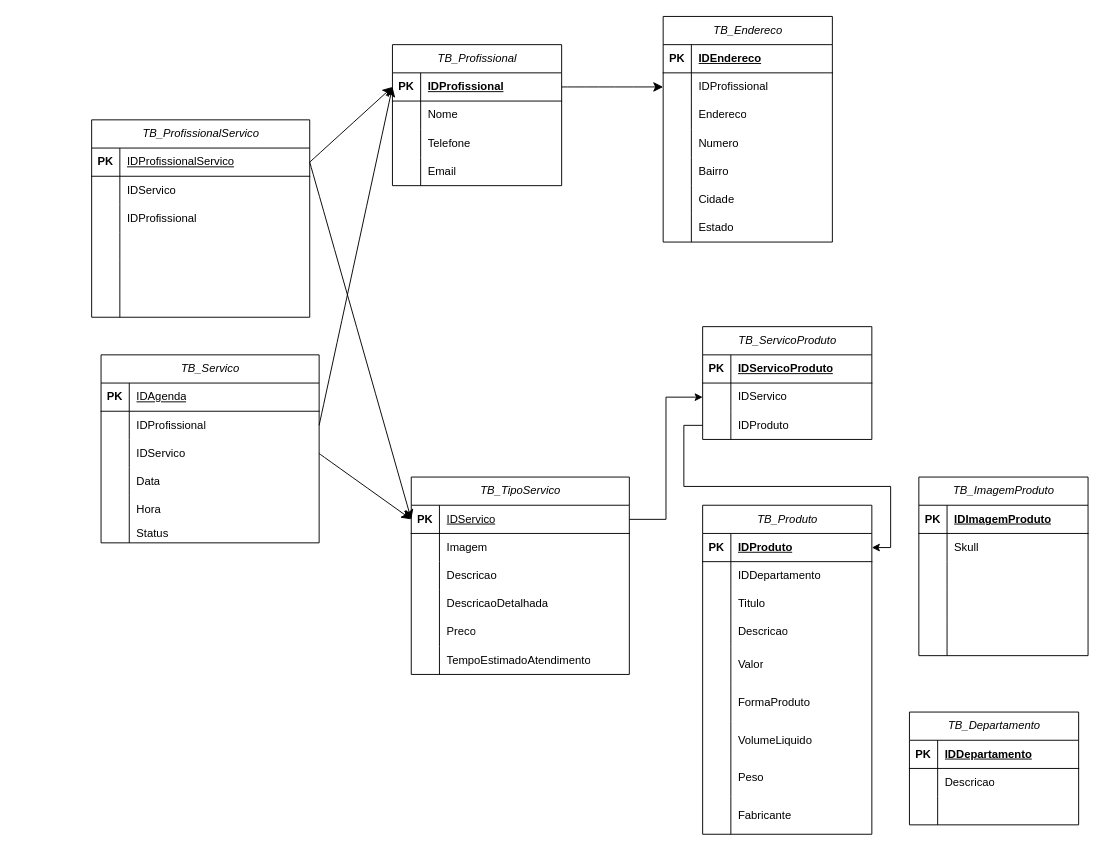
Before: Diagrama_App_Sobrancelha.drawio in mpgwave/app-sobrancelhas, a draw.io diagram. Source tidied: cells renumbered, new cells numbered last; positions are measured from the earlier drawing's top-left corner, leaving out a move shared by most shapes. Both pictures are drawn from the tidied source at 94%, with x=0, y=0 at pixel (91, 16).
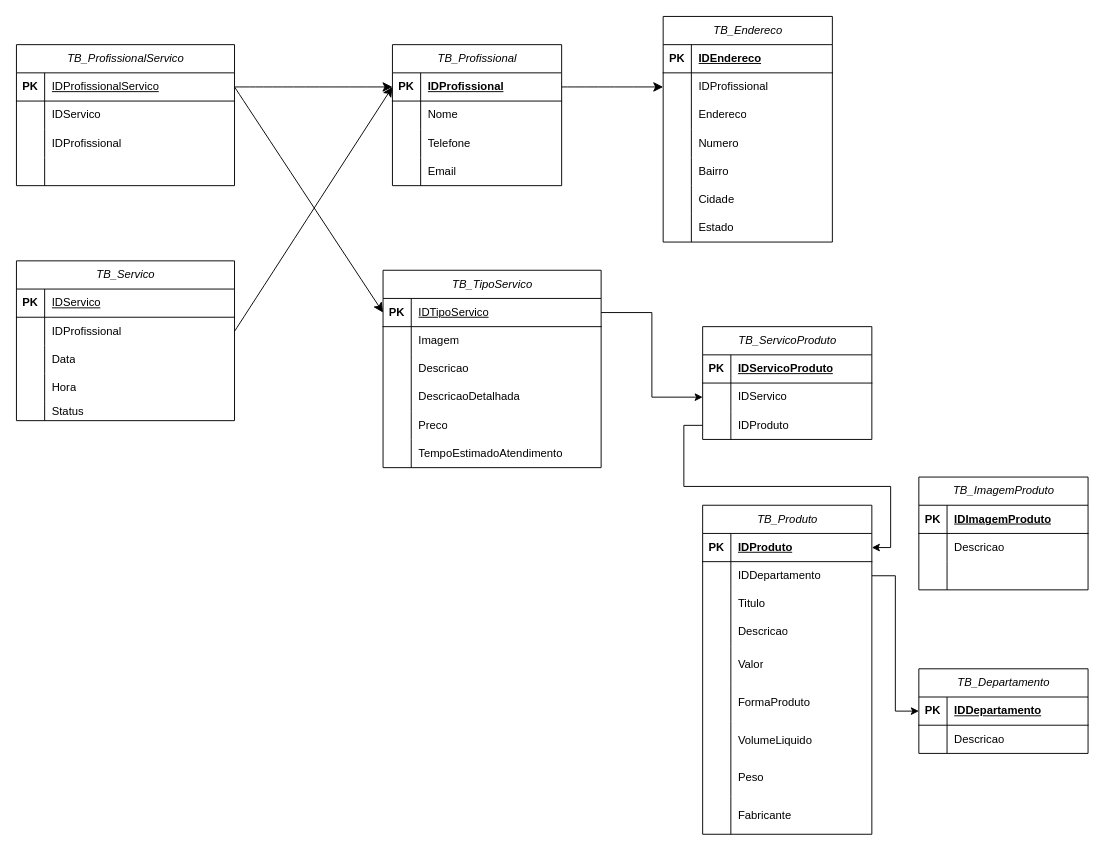
The same diagram, later.

Unchanged cells that the change refers to:
```xml
<mxCell id="39" style="shape=tableRow;horizontal=0;startSize=0;swimlaneHead=0;swimlaneBody=0;fillColor=none;points=[[0,0.5],[1,0.5]];portConstraint=eastwest;top=0;left=0;right=0;bottom=1;" parent="38" vertex="1">
  <mxGeometry y="30" width="232" height="30" as="geometry" />
</mxCell>
<mxCell id="79" style="shape=tableRow;horizontal=0;startSize=0;swimlaneHead=0;swimlaneBody=0;fillColor=none;top=0;left=0;right=0;bottom=1;" parent="78" vertex="1">
  <mxGeometry y="30" width="232" height="30" as="geometry" />
</mxCell>
<mxCell id="103" style="shape=tableRow;horizontal=0;startSize=0;swimlaneHead=0;swimlaneBody=0;fillColor=none;points=[[0,0.5],[1,0.5]];portConstraint=eastwest;top=0;left=0;right=0;bottom=0;" parent="99" vertex="1">
  <mxGeometry y="60" width="180" height="30" as="geometry" />
</mxCell>
<mxCell id="143" style="shape=tableRow;horizontal=0;startSize=0;swimlaneHead=0;swimlaneBody=0;fillColor=none;top=0;left=0;right=0;bottom=0;" parent="139" vertex="1">
  <mxGeometry y="60" width="180" height="30" as="geometry" />
</mxCell>
<mxCell id="156" style="shape=tableRow;horizontal=0;startSize=0;swimlaneHead=0;swimlaneBody=0;fillColor=none;points=[[0,0.5],[1,0.5]];portConstraint=eastwest;top=0;left=0;right=0;bottom=1;" parent="155" vertex="1">
  <mxGeometry y="30" width="180" height="30" as="geometry" />
</mxCell>
```

The edit, as a diff of the source:
```diff
@@
     <mxCell id="38" value="&lt;span style=&quot;font-style: italic; font-weight: 400;&quot;&gt;TB_TipoServico&lt;/span&gt;" style="shape=table;startSize=30;childLayout=tableLayout;rowLines=0;fontStyle=1;align=center;html=1;" parent="1" vertex="1">
-      <mxGeometry x="340" y="490" width="232" height="210" as="geometry" />
+      <mxGeometry x="310" y="270" width="232" height="210" as="geometry" />
     </mxCell>
@@
-    <mxCell id="41" value="&lt;span style=&quot;font-weight: 400; text-wrap-mode: nowrap;&quot;&gt;IDServico&lt;/span&gt;" style="shape=partialRectangle;fillColor=none;top=0;left=0;bottom=0;right=0;align=left;spacingLeft=6;fontStyle=5;overflow=hidden;whiteSpace=wrap;html=1;" parent="39" vertex="1">
+    <mxCell id="41" value="&lt;span style=&quot;font-weight: 400; text-wrap-mode: nowrap;&quot;&gt;IDTipoServico&lt;/span&gt;" style="shape=partialRectangle;fillColor=none;top=0;left=0;bottom=0;right=0;align=left;spacingLeft=6;fontStyle=5;overflow=hidden;whiteSpace=wrap;html=1;" parent="39" vertex="1">
       <mxGeometry x="30" width="202" height="30" as="geometry" />
     </mxCell>
@@
     <mxCell id="57" value="&lt;span style=&quot;font-style: italic; font-weight: 400;&quot;&gt;TB_ProfissionalServico&lt;/span&gt;" style="shape=table;startSize=30;childLayout=tableLayout;rowLines=0;fontStyle=1;align=center;html=1;" parent="1" vertex="1">
-      <mxGeometry y="110" width="232" height="210" as="geometry" />
+      <mxGeometry x="-80" y="30" width="232" height="150" as="geometry" />
     </mxCell>
@@
-    <mxCell id="70" style="shape=tableRow;horizontal=0;startSize=0;swimlaneHead=0;swimlaneBody=0;fillColor=none;top=0;left=0;right=0;bottom=0;" parent="57" vertex="1">
-      <mxGeometry y="150" width="232" height="30" as="geometry" />
-    </mxCell>
-    <mxCell id="71" style="shape=partialRectangle;fillColor=none;top=0;left=0;bottom=0;right=0;overflow=hidden;whiteSpace=wrap;html=1;" parent="70" vertex="1">
-      <mxGeometry width="30" height="30" as="geometry" />
-    </mxCell>
-    <mxCell id="72" style="shape=partialRectangle;fillColor=none;top=0;left=0;bottom=0;right=0;align=left;spacingLeft=6;overflow=hidden;whiteSpace=wrap;html=1;" parent="70" vertex="1">
-      <mxGeometry x="30" width="202" height="30" as="geometry" />
-    </mxCell>
-    <mxCell id="73" style="shape=tableRow;horizontal=0;startSize=0;swimlaneHead=0;swimlaneBody=0;fillColor=none;top=0;left=0;right=0;bottom=0;" parent="57" vertex="1">
-      <mxGeometry y="180" width="232" height="30" as="geometry" />
-    </mxCell>
-    <mxCell id="74" style="shape=partialRectangle;fillColor=none;top=0;left=0;bottom=0;right=0;overflow=hidden;whiteSpace=wrap;html=1;" parent="73" vertex="1">
-      <mxGeometry width="30" height="30" as="geometry" />
-    </mxCell>
-    <mxCell id="75" style="shape=partialRectangle;fillColor=none;top=0;left=0;bottom=0;right=0;align=left;spacingLeft=6;overflow=hidden;whiteSpace=wrap;html=1;" parent="73" vertex="1">
-      <mxGeometry x="30" width="202" height="30" as="geometry" />
-    </mxCell>
@@
     <mxCell id="78" value="&lt;span style=&quot;font-style: italic; font-weight: 400;&quot;&gt;TB_Servico&lt;/span&gt;" style="shape=table;startSize=30;childLayout=tableLayout;rowLines=0;fontStyle=1;align=center;html=1;" parent="1" vertex="1">
-      <mxGeometry x="10" y="360" width="232" height="200" as="geometry" />
+      <mxGeometry x="-80" y="260" width="232" height="170" as="geometry" />
     </mxCell>
@@
-    <mxCell id="81" value="&lt;span style=&quot;font-weight: 400; text-wrap-mode: nowrap;&quot;&gt;IDAgenda&lt;/span&gt;" style="shape=partialRectangle;fillColor=none;top=0;left=0;bottom=0;right=0;align=left;spacingLeft=6;fontStyle=5;overflow=hidden;whiteSpace=wrap;html=1;" parent="79" vertex="1">
+    <mxCell id="81" value="&lt;span style=&quot;font-weight: 400; text-wrap-mode: nowrap;&quot;&gt;IDServico&lt;/span&gt;" style="shape=partialRectangle;fillColor=none;top=0;left=0;bottom=0;right=0;align=left;spacingLeft=6;fontStyle=5;overflow=hidden;whiteSpace=wrap;html=1;" parent="79" vertex="1">
       <mxGeometry x="30" width="202" height="30" as="geometry" />
     </mxCell>
@@
-    <mxCell id="85" style="shape=tableRow;horizontal=0;startSize=0;swimlaneHead=0;swimlaneBody=0;fillColor=none;points=[[0,0.5],[1,0.5]];portConstraint=eastwest;top=0;left=0;right=0;bottom=0;" parent="78" vertex="1">
-      <mxGeometry y="90" width="232" height="30" as="geometry" />
-    </mxCell>
-    <mxCell id="86" style="shape=partialRectangle;fillColor=none;top=0;left=0;bottom=0;right=0;overflow=hidden;whiteSpace=wrap;html=1;" parent="85" vertex="1">
-      <mxGeometry width="30" height="30" as="geometry" />
-    </mxCell>
-    <mxCell id="87" value="IDServico" style="shape=partialRectangle;fillColor=none;top=0;left=0;bottom=0;right=0;align=left;spacingLeft=6;overflow=hidden;whiteSpace=wrap;html=1;" parent="85" vertex="1">
-      <mxGeometry x="30" width="202" height="30" as="geometry" />
-    </mxCell>
     <mxCell id="88" style="shape=tableRow;horizontal=0;startSize=0;swimlaneHead=0;swimlaneBody=0;fillColor=none;top=0;left=0;right=0;bottom=0;" parent="78" vertex="1">
-      <mxGeometry y="120" width="232" height="30" as="geometry" />
+      <mxGeometry y="90" width="232" height="30" as="geometry" />
     </mxCell>
@@
     <mxCell id="91" style="shape=tableRow;horizontal=0;startSize=0;swimlaneHead=0;swimlaneBody=0;fillColor=none;top=0;left=0;right=0;bottom=0;" parent="78" vertex="1">
-      <mxGeometry y="150" width="232" height="30" as="geometry" />
+      <mxGeometry y="120" width="232" height="30" as="geometry" />
     </mxCell>
@@
     <mxCell id="94" style="shape=tableRow;horizontal=0;startSize=0;swimlaneHead=0;swimlaneBody=0;fillColor=none;top=0;left=0;right=0;bottom=0;" parent="78" vertex="1">
-      <mxGeometry y="180" width="232" height="20" as="geometry" />
+      <mxGeometry y="150" width="232" height="20" as="geometry" />
     </mxCell>
@@
-    <mxCell id="98" style="edgeStyle=none;curved=1;rounded=0;jettySize=auto;html=1;exitX=1;exitY=0.5;exitDx=0;exitDy=0;entryX=0;entryY=0.5;entryDx=0;entryDy=0;fontSize=12;startSize=8;endSize=8;" parent="1" edge="1" source="85" target="39">
-      <mxGeometry relative="1" as="geometry" />
-    </mxCell>
@@
     <mxCell id="139" value="&lt;span style=&quot;font-style: italic; font-weight: 400;&quot;&gt;TB_ImagemProduto&lt;/span&gt;" style="shape=table;startSize=30;childLayout=tableLayout;rowLines=0;fontStyle=1;align=center;html=1;" parent="1" vertex="1">
-      <mxGeometry x="880" y="490" width="180" height="190" as="geometry" />
+      <mxGeometry x="880" y="490" width="180" height="120" as="geometry" />
     </mxCell>
@@
-    <mxCell id="145" value="Skull" style="shape=partialRectangle;fillColor=none;top=0;left=0;bottom=0;right=0;align=left;spacingLeft=6;overflow=hidden;whiteSpace=wrap;html=1;" parent="143" vertex="1">
+    <mxCell id="145" value="Descricao" style="shape=partialRectangle;fillColor=none;top=0;left=0;bottom=0;right=0;align=left;spacingLeft=6;overflow=hidden;whiteSpace=wrap;html=1;" parent="143" vertex="1">
       <mxGeometry x="30" width="150" height="30" as="geometry" />
     </mxCell>
@@
-    <mxCell id="149" style="shape=tableRow;horizontal=0;startSize=0;swimlaneHead=0;swimlaneBody=0;fillColor=none;top=0;left=0;right=0;bottom=0;" parent="139" vertex="1">
-      <mxGeometry y="120" width="180" height="30" as="geometry" />
-    </mxCell>
-    <mxCell id="150" style="shape=partialRectangle;fillColor=none;top=0;left=0;bottom=0;right=0;overflow=hidden;whiteSpace=wrap;html=1;" parent="149" vertex="1">
-      <mxGeometry width="30" height="30" as="geometry" />
-    </mxCell>
-    <mxCell id="151" style="shape=partialRectangle;fillColor=none;top=0;left=0;bottom=0;right=0;align=left;spacingLeft=6;overflow=hidden;whiteSpace=wrap;html=1;" parent="149" vertex="1">
-      <mxGeometry x="30" width="150" height="30" as="geometry" />
-    </mxCell>
-    <mxCell id="152" style="shape=tableRow;horizontal=0;startSize=0;swimlaneHead=0;swimlaneBody=0;fillColor=none;top=0;left=0;right=0;bottom=0;" parent="139" vertex="1">
-      <mxGeometry y="150" width="180" height="40" as="geometry" />
-    </mxCell>
-    <mxCell id="153" style="shape=partialRectangle;fillColor=none;top=0;left=0;bottom=0;right=0;overflow=hidden;whiteSpace=wrap;html=1;" parent="152" vertex="1">
-      <mxGeometry width="30" height="40" as="geometry" />
-    </mxCell>
-    <mxCell id="154" style="shape=partialRectangle;fillColor=none;top=0;left=0;bottom=0;right=0;align=left;spacingLeft=6;overflow=hidden;whiteSpace=wrap;html=1;" parent="152" vertex="1">
-      <mxGeometry x="30" width="150" height="40" as="geometry" />
-    </mxCell>
     <mxCell id="155" value="&lt;span style=&quot;font-style: italic; font-weight: 400;&quot;&gt;TB_Departamento&lt;/span&gt;" style="shape=table;startSize=30;childLayout=tableLayout;rowLines=0;fontStyle=1;align=center;html=1;" parent="1" vertex="1">
-      <mxGeometry x="870" y="740" width="180" height="120" as="geometry" />
+      <mxGeometry x="880" y="694" width="180" height="90" as="geometry" />
     </mxCell>
@@
-    <mxCell id="162" style="shape=tableRow;horizontal=0;startSize=0;swimlaneHead=0;swimlaneBody=0;fillColor=none;top=0;left=0;right=0;bottom=0;" parent="155" vertex="1">
-      <mxGeometry y="90" width="180" height="30" as="geometry" />
-    </mxCell>
-    <mxCell id="163" style="shape=partialRectangle;fillColor=none;top=0;left=0;bottom=0;right=0;overflow=hidden;whiteSpace=wrap;html=1;" parent="162" vertex="1">
-      <mxGeometry width="30" height="30" as="geometry" />
-    </mxCell>
-    <mxCell id="164" style="shape=partialRectangle;fillColor=none;top=0;left=0;bottom=0;right=0;align=left;spacingLeft=6;overflow=hidden;whiteSpace=wrap;html=1;" parent="162" vertex="1">
-      <mxGeometry x="30" width="150" height="30" as="geometry" />
-    </mxCell>
+    <mxCell id="165" style="edgeStyle=orthogonalEdgeStyle;rounded=0;jettySize=auto;html=1;exitX=1;exitY=0.5;exitDx=0;exitDy=0;entryX=0;entryY=0.5;entryDx=0;entryDy=0;" parent="1" edge="1" source="103" target="156">
+      <mxGeometry relative="1" as="geometry" />
+    </mxCell>
```
